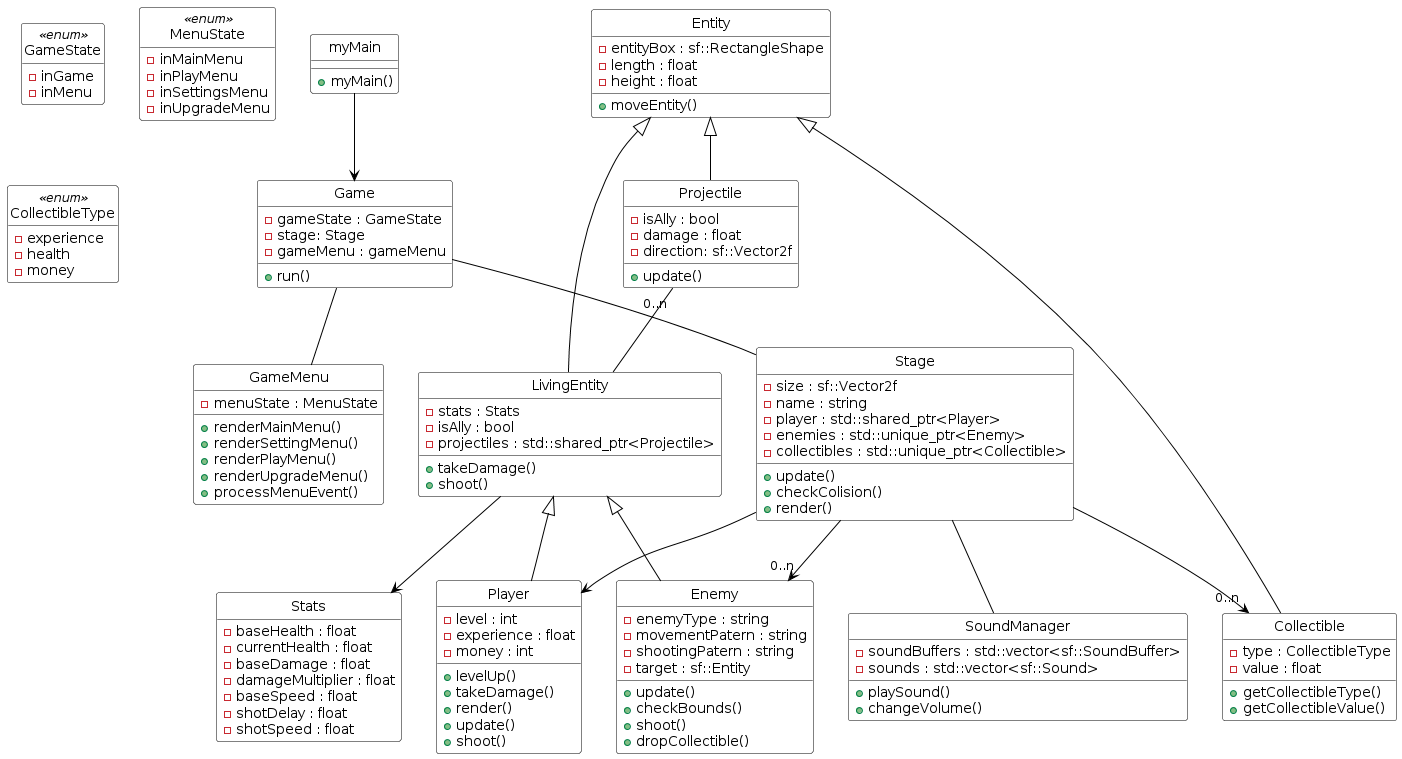
The PlantUML diagram class_diagram_final.png in Vipixx1/CSC4526-babysurvivor, before a commit.
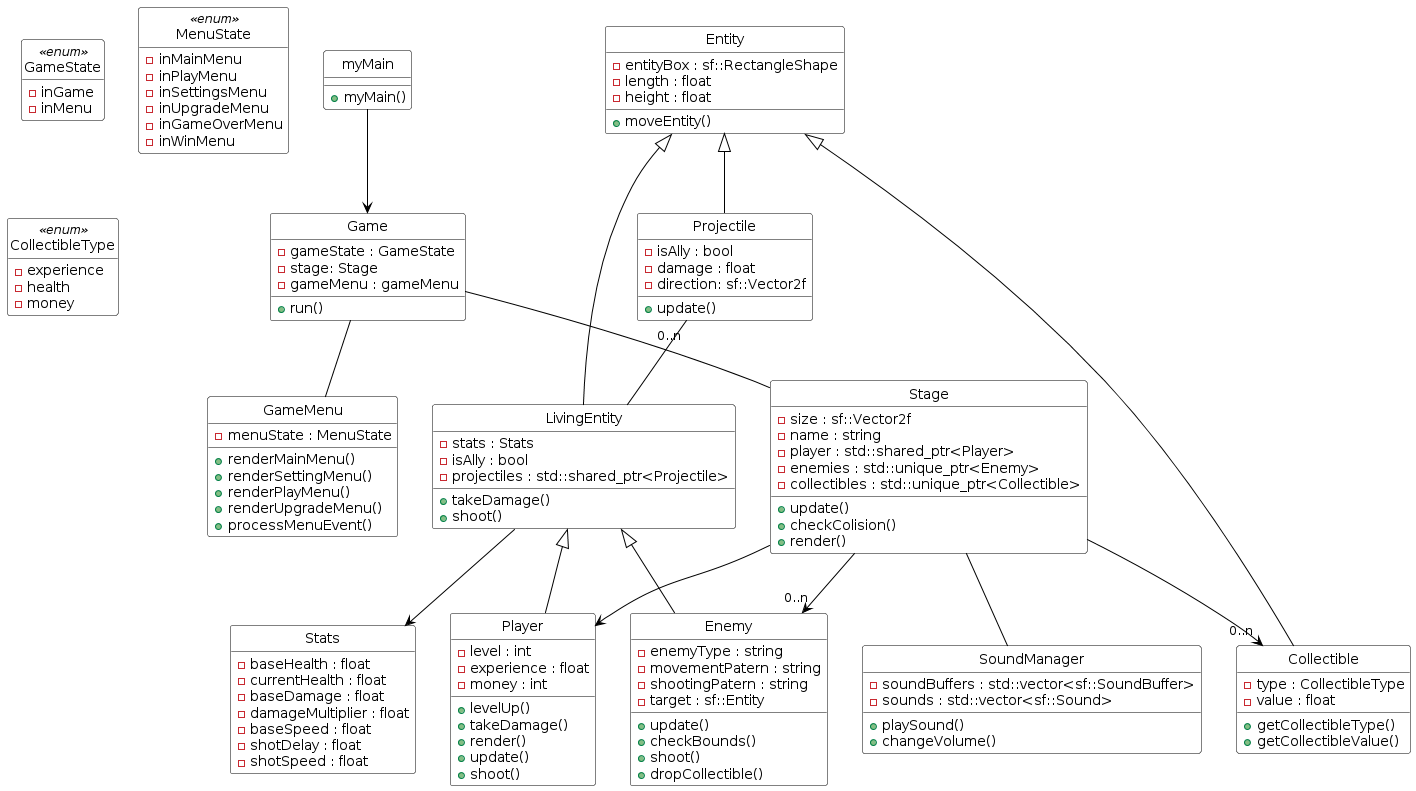
The same diagram one commit later.

Change to the diagram source:
```diff
@@ -37,6 +37,8 @@
  - inPlayMenu
  - inSettingsMenu
  - inUpgradeMenu
+ - inGameOverMenu
+ - inWinMenu
 }
 
 class Stage {
@@ -125,8 +127,6 @@
 }
 
 
-
-
 myMain --> Game
 
 Game -- Stage
```
